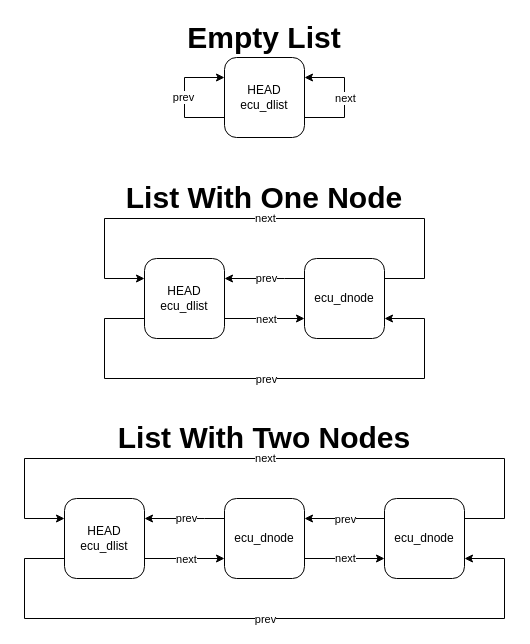
Above: page "list_and_node_representation" (1 of 19) of doc/images/dlist/dlist.drawio in ress059/ecu (draw.io), before the change. Source tidied: cells renumbered, new cells numbered last; positions are measured from the earlier drawing's top-left corner, leaving out a move shared by most shapes. Both pictures are drawn from the tidied source at 100%, with x=0, y=0 at pixel (24, 17).
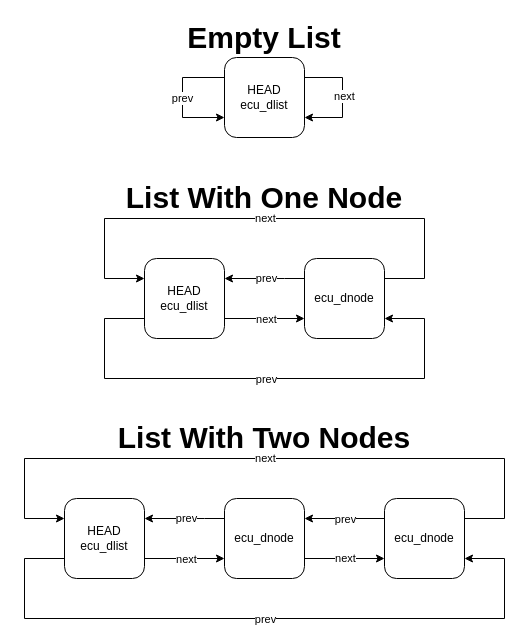
After the change.

Unchanged cells that the change refers to:
```xml
<mxCell id="4" value="HEAD&lt;br&gt;ecu_dlist" style="rounded=1;whiteSpace=wrap;html=1;" parent="1" vertex="1">
  <mxGeometry x="200" y="40" width="80" height="80" as="geometry" />
</mxCell>
```

Diff of the diagram source:
```diff
@@
-    <mxCell id="2" style="edgeStyle=orthogonalEdgeStyle;rounded=0;orthogonalLoop=1;jettySize=auto;html=1;exitX=0;exitY=0.75;exitDx=0;exitDy=0;entryX=0;entryY=0.25;entryDx=0;entryDy=0;" parent="1" edge="1" source="4" target="4">
-      <mxGeometry relative="1" as="geometry">
-        <Array as="points">
-          <mxPoint x="160" y="100" />
-          <mxPoint x="160" y="60" />
-        </Array>
-      </mxGeometry>
-    </mxCell>
-    <mxCell id="3" value="prev" style="edgeLabel;html=1;align=center;verticalAlign=middle;" parent="2" vertex="1">
-      <mxGeometry x="0.07" y="2" relative="1" as="geometry">
-        <mxPoint y="3" as="offset" />
-      </mxGeometry>
-    </mxCell>
@@
-    <mxCell id="15" style="edgeStyle=orthogonalEdgeStyle;rounded=0;orthogonalLoop=1;jettySize=auto;html=1;exitX=1;exitY=0.75;exitDx=0;exitDy=0;entryX=1;entryY=0.25;entryDx=0;entryDy=0;" parent="1" edge="1" source="4" target="4">
-      <mxGeometry relative="1" as="geometry">
-        <Array as="points">
-          <mxPoint x="320" y="100" />
-          <mxPoint x="320" y="60" />
-        </Array>
-      </mxGeometry>
-    </mxCell>
-    <mxCell id="16" value="next" style="edgeLabel;html=1;align=center;verticalAlign=middle;" parent="15" vertex="1">
-      <mxGeometry x="-0.05" relative="1" as="geometry">
-        <mxPoint y="-3" as="offset" />
-      </mxGeometry>
-    </mxCell>
@@
+    <mxCell id="35" style="edgeStyle=orthogonalEdgeStyle;rounded=0;orthogonalLoop=1;jettySize=auto;html=1;exitX=0;exitY=0.25;exitDx=0;exitDy=0;entryX=0;entryY=0.75;entryDx=0;entryDy=0;" parent="1" edge="1" source="4" target="4">
+      <mxGeometry relative="1" as="geometry">
+        <Array as="points">
+          <mxPoint x="158" y="60" />
+          <mxPoint x="158" y="100" />
+        </Array>
+      </mxGeometry>
+    </mxCell>
+    <mxCell id="3" value="prev" style="edgeLabel;html=1;align=center;verticalAlign=middle;" parent="35" vertex="1">
+      <mxGeometry x="-0.13" y="-1" relative="1" as="geometry">
+        <mxPoint y="8" as="offset" />
+      </mxGeometry>
+    </mxCell>
+    <mxCell id="36" style="edgeStyle=orthogonalEdgeStyle;rounded=0;orthogonalLoop=1;jettySize=auto;html=1;exitX=1;exitY=0.25;exitDx=0;exitDy=0;entryX=1;entryY=0.75;entryDx=0;entryDy=0;" parent="1" edge="1" source="4" target="4">
+      <mxGeometry relative="1" as="geometry">
+        <Array as="points">
+          <mxPoint x="318" y="60" />
+          <mxPoint x="318" y="100" />
+        </Array>
+      </mxGeometry>
+    </mxCell>
+    <mxCell id="16" value="next" style="edgeLabel;html=1;align=center;verticalAlign=middle;" parent="36" vertex="1">
+      <mxGeometry x="-0.04" y="1" relative="1" as="geometry" />
+    </mxCell>
```
